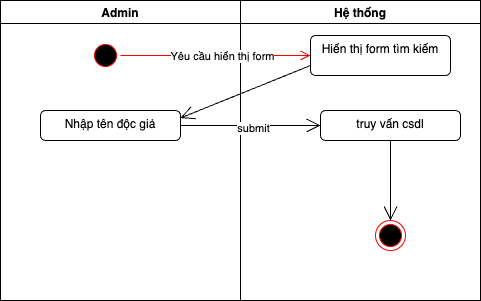
Earlier version of the draw.io export diagram/bdhd/docgia/timkiem.png (tuanyh11/Comic). Source tidied: cells renumbered, new cells last; positions are measured from the earlier drawing's top-left corner, leaving out a move shared by most shapes.
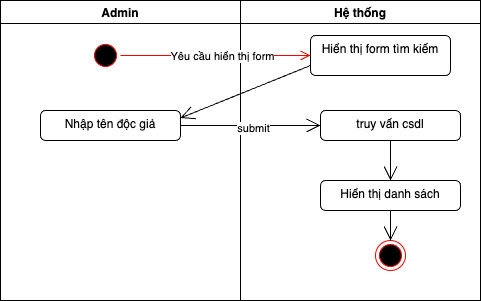
After the change.

What changed in the source:
```diff
@@ -21,11 +21,19 @@
       <mxGeometry x="80" y="110" width="140" height="30" as="geometry" />
     </mxCell>
     <mxCell id="8" style="ellipse;html=1;shape=endState;fillColor=#000000;strokeColor=#ff0000;" parent="5" vertex="1">
-      <mxGeometry x="135" y="220" width="30" height="30" as="geometry" />
+      <mxGeometry x="135" y="240" width="30" height="30" as="geometry" />
     </mxCell>
-    <mxCell id="9" style="endArrow=open;endFill=1;endSize=12;html=1;" parent="5" edge="1" source="7" target="8">
-      <mxGeometry relative="1" as="geometry" />
+    <mxCell id="9" style="endArrow=open;endFill=1;endSize=12;html=1;exitX=0.5;exitY=1;exitDx=0;exitDy=0;" parent="5" edge="1" source="7">
+      <mxGeometry relative="1" as="geometry">
+        <mxPoint x="150" y="180" as="targetPoint" />
+      </mxGeometry>
     </mxCell>
+    <mxCell id="15" value="Hiển thị danh sách" style="html=1;align=center;verticalAlign=top;rounded=1;absoluteArcSize=1;arcSize=10;dashed=0;whiteSpace=wrap;" parent="5" vertex="1">
+      <mxGeometry x="80" y="180" width="140" height="30" as="geometry" />
+    </mxCell>
+    <mxCell id="16" style="endArrow=open;endFill=1;endSize=12;html=1;exitX=0.5;exitY=1;exitDx=0;exitDy=0;" parent="5" edge="1" source="15" target="8">
+      <mxGeometry relative="1" as="geometry" />
+    </mxCell>
     <mxCell id="10" style="edgeStyle=orthogonalEdgeStyle;html=1;verticalAlign=bottom;endArrow=open;endSize=8;strokeColor=#ff0000;" parent="1" edge="1" source="3" target="6">
       <mxGeometry relative="1" as="geometry" />
     </mxCell>
```
